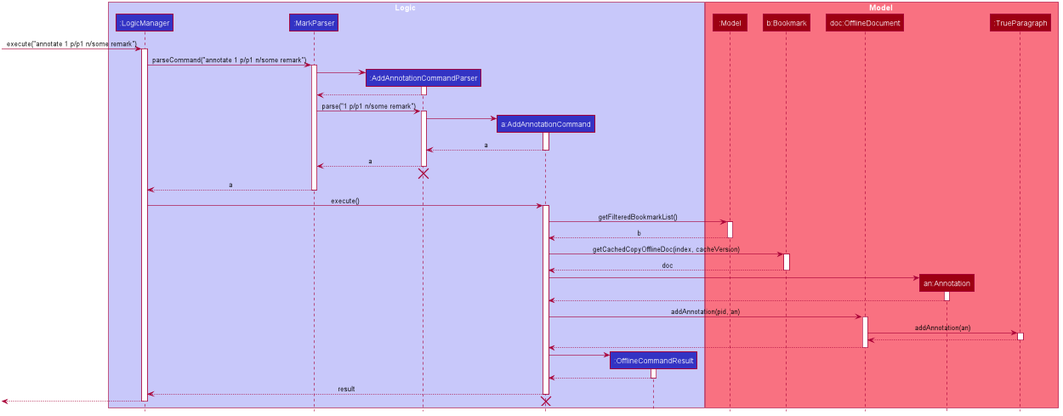
This is docs/images/AddAnnotationSequenceDiagram.png from nus-cs2103-AY1920S1/addressbook-level3, a PlantUML export, as it was before one commit.
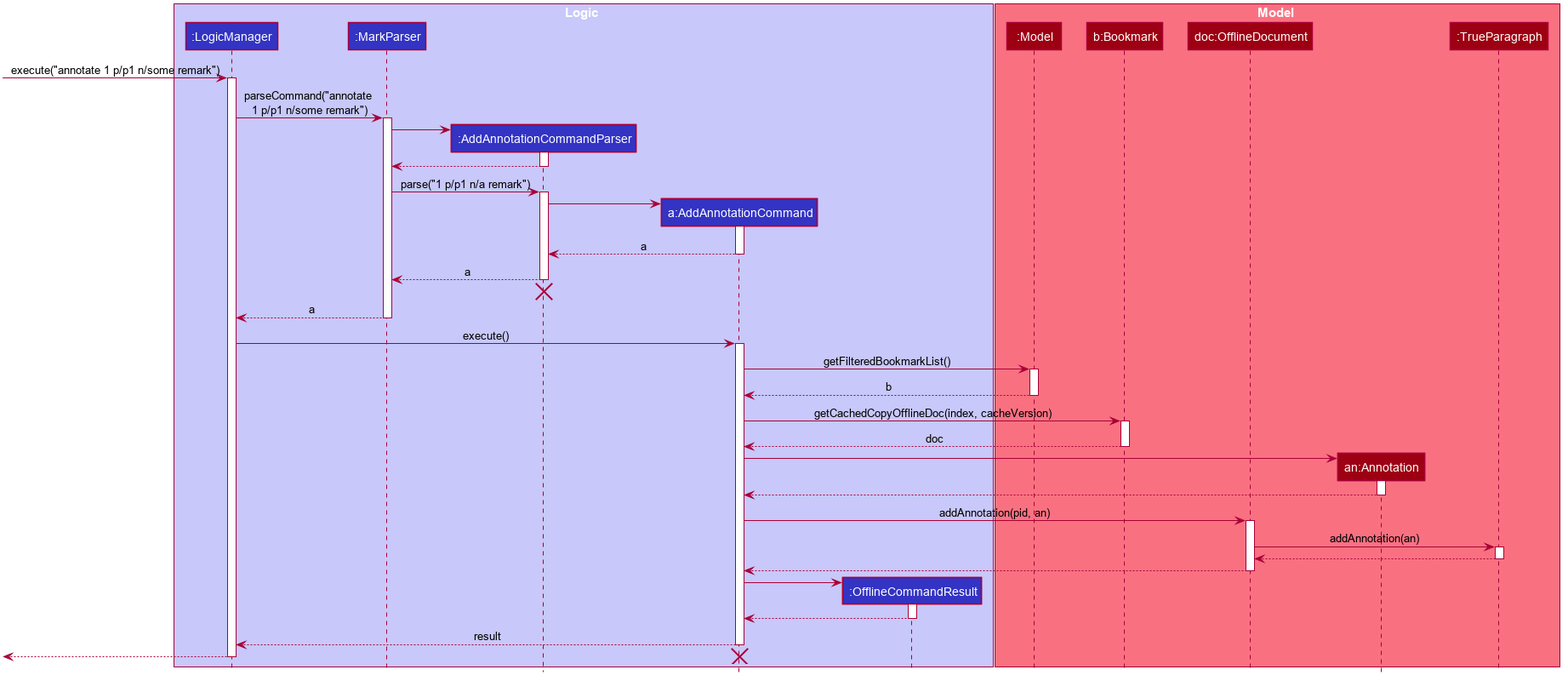
The same diagram one commit later.

Commit message:
Update sequence diagram for annotation

Change to the diagram source:
```diff
@@ -67,7 +67,7 @@
 [-> LogicManager : execute("annotate 1 p/p1 n/some remark")
 activate LogicManager
 
-LogicManager -> MarkParser : parseCommand("annotate 1 p/p1 n/some remark")
+LogicManager -> MarkParser : parseCommand("annotate \n1 p/p1 n/some remark")
 activate MarkParser
 
 create AddAnnotationCommandParser
@@ -77,7 +77,7 @@
 AddAnnotationCommandParser --> MarkParser
 deactivate AddAnnotationCommandParser
 
-MarkParser -> AddAnnotationCommandParser : parse("1 p/p1 n/some remark")
+MarkParser -> AddAnnotationCommandParser : parse("1 p/p1 n/a remark")
 activate AddAnnotationCommandParser
 
 create AddAnnotationCommand
```
